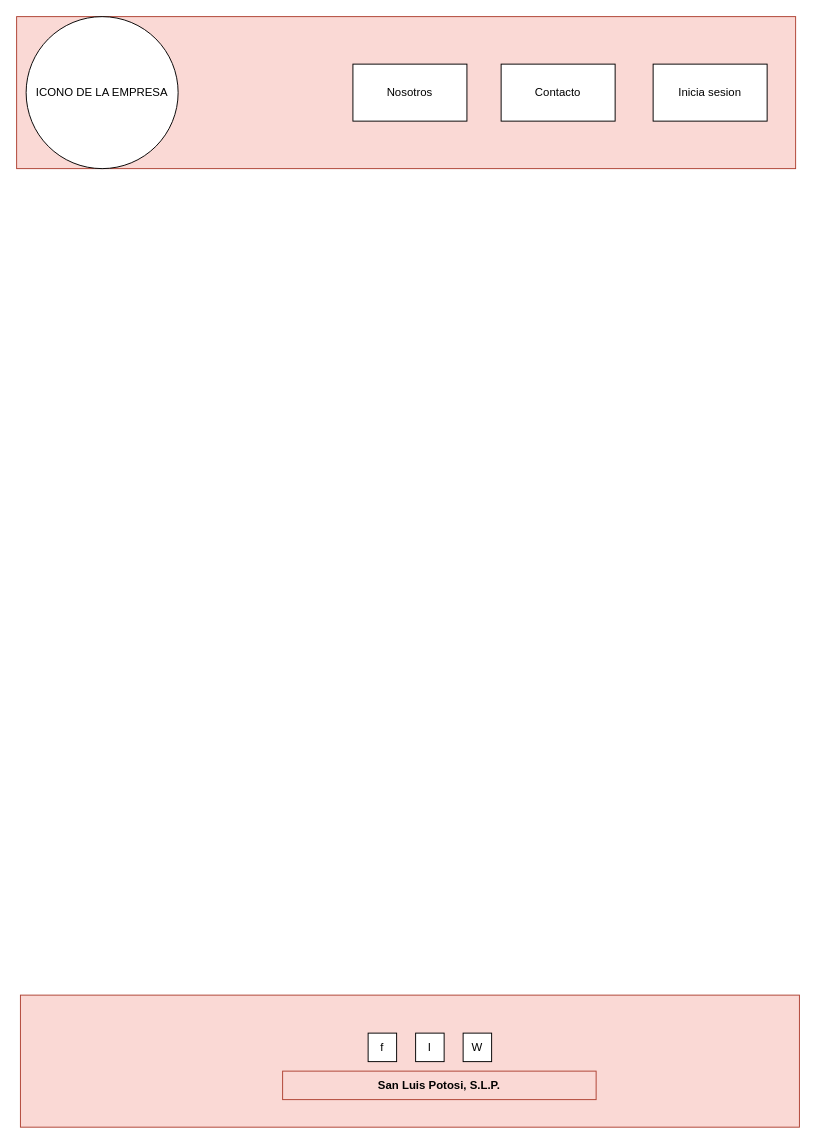
The draw.io diagram Proyecto Landing.drawio in ViridianaSolis11/LandingDe-Venta, before the edit. Source tidied: cells renumbered, new cells numbered last; positions are measured from the earlier drawing's top-left corner, leaving out a move shared by most shapes. Both pictures are drawn from the tidied source at 95%, with x=0, y=0 at pixel (16, 16).
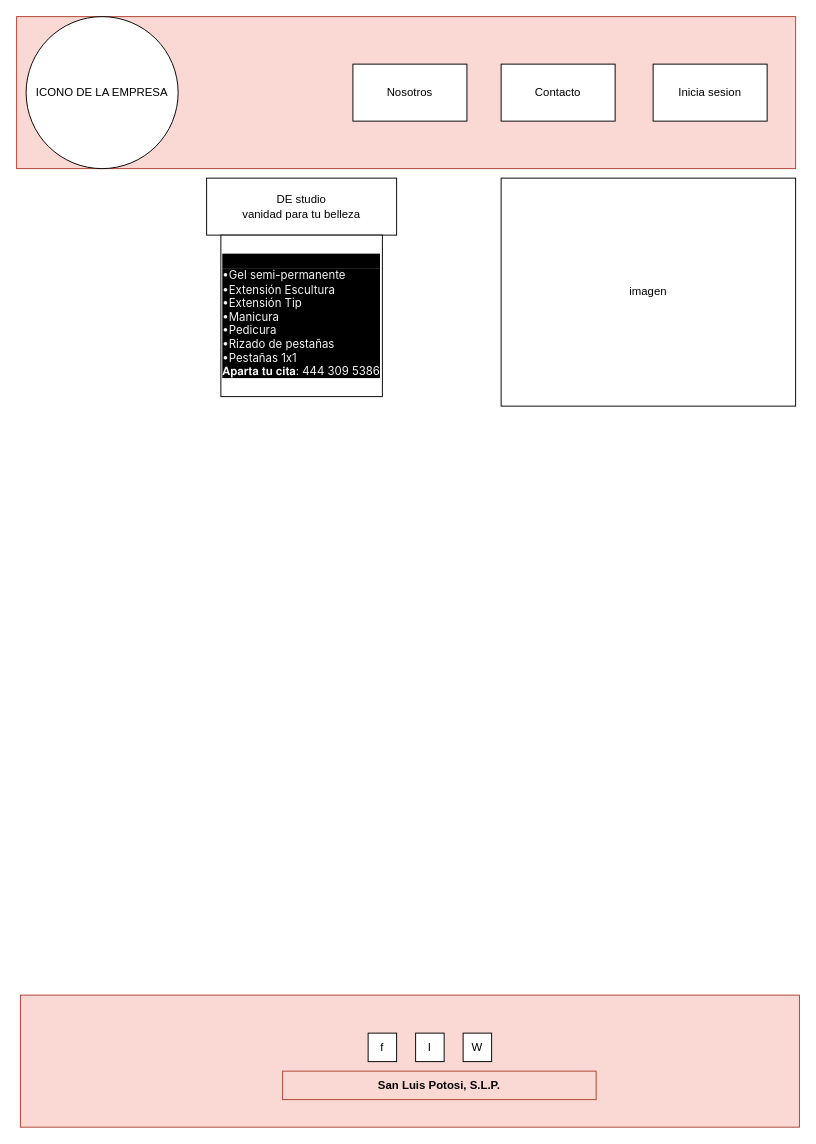
The same page after the edit.

What changed in the source:
```diff
@@
 <mxGraphModel>
   <root>
     <mxCell id="0" />
     <mxCell id="1" parent="0" />
     <mxCell id="2" style="rounded=0;whiteSpace=wrap;html=1;fillColor=#fad9d5;strokeColor=#ae4132;" parent="1" vertex="1">
       <mxGeometry width="820" height="160" as="geometry" />
     </mxCell>
     <mxCell id="3" value="ICONO DE LA EMPRESA" style="ellipse;whiteSpace=wrap;html=1;" parent="1" vertex="1">
       <mxGeometry x="10" width="160" height="160" as="geometry" />
     </mxCell>
     <mxCell id="4" value="Inicia sesion" style="rounded=0;whiteSpace=wrap;html=1;" parent="1" vertex="1">
       <mxGeometry x="670" y="50" width="120" height="60" as="geometry" />
     </mxCell>
     <mxCell id="5" value="Contacto" style="rounded=0;whiteSpace=wrap;html=1;" parent="1" vertex="1">
       <mxGeometry x="510" y="50" width="120" height="60" as="geometry" />
     </mxCell>
     <mxCell id="6" value="Nosotros" style="rounded=0;whiteSpace=wrap;html=1;" parent="1" vertex="1">
       <mxGeometry x="354" y="50" width="120" height="60" as="geometry" />
     </mxCell>
     <mxCell id="7" style="rounded=0;whiteSpace=wrap;html=1;fillColor=#fad9d5;strokeColor=#ae4132;" parent="1" vertex="1">
       <mxGeometry x="4" y="1030" width="820" height="139" as="geometry" />
     </mxCell>
     <mxCell id="8" value="f" style="rounded=0;whiteSpace=wrap;html=1;" parent="1" vertex="1">
       <mxGeometry x="370" y="1070" width="30" height="30" as="geometry" />
     </mxCell>
     <mxCell id="9" value="I" style="rounded=0;whiteSpace=wrap;html=1;" parent="1" vertex="1">
       <mxGeometry x="420" y="1070" width="30" height="30" as="geometry" />
     </mxCell>
     <mxCell id="10" value="W" style="rounded=0;whiteSpace=wrap;html=1;" parent="1" vertex="1">
       <mxGeometry x="470" y="1070" width="30" height="30" as="geometry" />
     </mxCell>
     <mxCell id="11" value="&lt;b&gt;San Luis Potosi, S.L.P.&lt;/b&gt;" style="rounded=0;whiteSpace=wrap;html=1;fillColor=#fad9d5;strokeColor=#ae4132;" parent="1" vertex="1">
       <mxGeometry x="280" y="1110" width="330" height="30" as="geometry" />
     </mxCell>
+    <mxCell id="12" value="imagen" style="rounded=0;whiteSpace=wrap;html=1;" parent="1" vertex="1">
+      <mxGeometry x="510" y="170" width="310" height="240" as="geometry" />
+    </mxCell>
+    <mxCell id="13" value="DE studio&lt;br&gt;vanidad para tu belleza" style="rounded=0;whiteSpace=wrap;html=1;" parent="1" vertex="1">
+      <mxGeometry x="200" y="170" width="200" height="60" as="geometry" />
+    </mxCell>
+    <mxCell id="14" value="&lt;div style=&quot;border-radius: 0px; flex-grow: 0; place-content: stretch flex-start; align-self: auto; overflow: visible; flex-direction: row; align-items: stretch; position: static; flex-shrink: 0; display: flex; box-sizing: border-box; background-color: rgb(0, 0, 0); color: rgb(245, 245, 245); font-family: -apple-system, BlinkMacSystemFont, &amp;quot;Segoe UI&amp;quot;, Roboto, Helvetica, Arial, sans-serif; font-size: 14px; text-align: start;&quot; class=&quot;x9f619 xjbqb8w x78zum5 x168nmei x13lgxp2 x5pf9jr xo71vjh x1uhb9sk x1plvlek xryxfnj x1c4vz4f x2lah0s x1q0g3np xqjyukv x1qjc9v5 x1oa3qoh x1nhvcw1&quot;&gt;&lt;br&gt;&lt;/div&gt;&lt;h1 style=&quot;color: rgb(245, 245, 245); font-size: var(--system-14-font-size); font-weight: var(--font-weight-system-regular); margin: 0px; padding: 0px; font-family: -apple-system, BlinkMacSystemFont, &amp;quot;Segoe UI&amp;quot;, Roboto, Helvetica, Arial, sans-serif; line-height: var(--system-14-line-height); text-align: start; background-color: rgb(0, 0, 0);&quot; dir=&quot;auto&quot; class=&quot;_aacl _aaco _aacu _aacx _aad6 _aade&quot;&gt;•Gel semi-permanente&lt;br&gt;•Extensión Escultura&lt;br&gt;•Extensión Tip&lt;br&gt;•Manicura&lt;br&gt;•Pedicura&lt;br&gt;•Rizado de pestañas&lt;br&gt;•Pestañas 1x1&lt;br&gt;𝐀𝐩𝐚𝐫𝐭𝐚 𝐭𝐮 𝐜𝐢𝐭𝐚: 444 309 5386&lt;/h1&gt;" style="whiteSpace=wrap;html=1;" parent="1" vertex="1">
+      <mxGeometry x="215" y="230" width="170" height="170" as="geometry" />
+    </mxCell>
   </root>
 </mxGraphModel>
```
